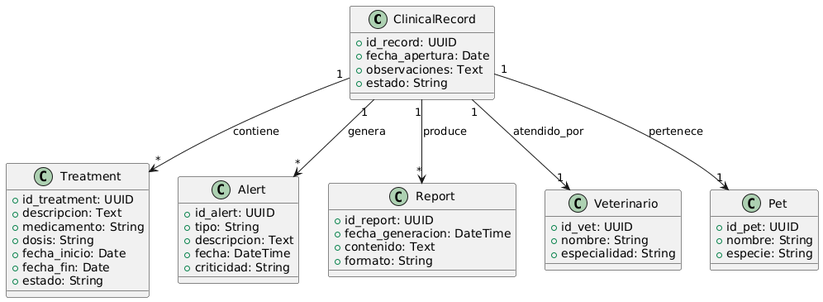
Above: Capitulo 4/BDRecordsClassDiagram.png in upc-pre-202520-1asi0572-3355-petlink/Report (PlantUML), before the change. Its diagram source:
```plantuml
@startuml
class ClinicalRecord {
  +id_record: UUID
  +fecha_apertura: Date
  +observaciones: Text
  +estado: String
}

class Treatment {
  +id_treatment: UUID
  +descripcion: Text
  +medicamento: String
  +dosis: String
  +fecha_inicio: Date
  +fecha_fin: Date
  +estado: String
}

class Alert {
  +id_alert: UUID
  +tipo: String
  +descripcion: Text
  +fecha: DateTime
  +criticidad: String
}

class Report {
  +id_report: UUID
  +fecha_generacion: DateTime
  +contenido: Text
  +formato: String
}

class Veterinario {
  +id_vet: UUID
  +nombre: String
  +especialidad: String
}

class Pet {
  +id_pet: UUID
  +nombre: String
  +especie: String
}

ClinicalRecord "1" --> "1" Pet : pertenece
ClinicalRecord "1" --> "1" Veterinario : atendido_por
ClinicalRecord "1" --> "*" Treatment : contiene
ClinicalRecord "1" --> "*" Alert : genera
ClinicalRecord "1" --> "*" Report : produce
@enduml
```
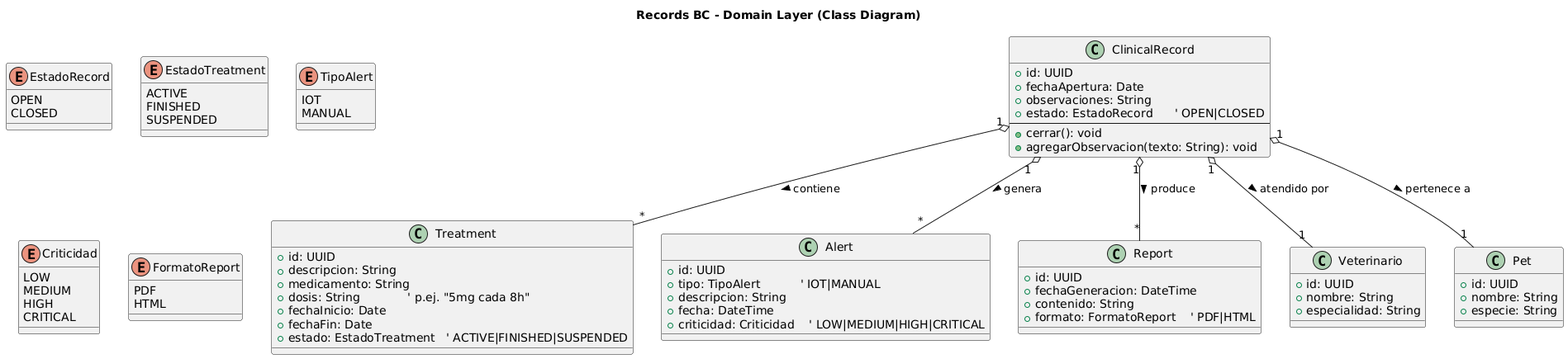
After the commit.

What changed in the source:
```diff
@@ -1,51 +1,84 @@
 @startuml
+title Records BC - Domain Layer (Class Diagram)
+
 class ClinicalRecord {
-  +id_record: UUID
-  +fecha_apertura: Date
-  +observaciones: Text
-  +estado: String
+  +id: UUID
+  +fechaApertura: Date
+  +observaciones: String
+  +estado: EstadoRecord      ' OPEN|CLOSED
+  --
+  +cerrar(): void
+  +agregarObservacion(texto: String): void
 }
 
 class Treatment {
-  +id_treatment: UUID
-  +descripcion: Text
+  +id: UUID
+  +descripcion: String
   +medicamento: String
-  +dosis: String
-  +fecha_inicio: Date
-  +fecha_fin: Date
-  +estado: String
+  +dosis: String             ' p.ej. "5mg cada 8h"
+  +fechaInicio: Date
+  +fechaFin: Date
+  +estado: EstadoTreatment   ' ACTIVE|FINISHED|SUSPENDED
 }
 
 class Alert {
-  +id_alert: UUID
-  +tipo: String
-  +descripcion: Text
+  +id: UUID
+  +tipo: TipoAlert           ' IOT|MANUAL
+  +descripcion: String
   +fecha: DateTime
-  +criticidad: String
+  +criticidad: Criticidad    ' LOW|MEDIUM|HIGH|CRITICAL
 }
 
 class Report {
-  +id_report: UUID
-  +fecha_generacion: DateTime
-  +contenido: Text
-  +formato: String
+  +id: UUID
+  +fechaGeneracion: DateTime
+  +contenido: String
+  +formato: FormatoReport    ' PDF|HTML
 }
 
 class Veterinario {
-  +id_vet: UUID
+  +id: UUID
   +nombre: String
   +especialidad: String
 }
 
 class Pet {
-  +id_pet: UUID
+  +id: UUID
   +nombre: String
   +especie: String
 }
 
-ClinicalRecord "1" --> "1" Pet : pertenece
-ClinicalRecord "1" --> "1" Veterinario : atendido_por
-ClinicalRecord "1" --> "*" Treatment : contiene
-ClinicalRecord "1" --> "*" Alert : genera
-ClinicalRecord "1" --> "*" Report : produce
+enum EstadoRecord {
+  OPEN
+  CLOSED
+}
+
+enum EstadoTreatment {
+  ACTIVE
+  FINISHED
+  SUSPENDED
+}
+
+enum TipoAlert {
+  IOT
+  MANUAL
+}
+
+enum Criticidad {
+  LOW
+  MEDIUM
+  HIGH
+  CRITICAL
+}
+
+enum FormatoReport {
+  PDF
+  HTML
+}
+
+ClinicalRecord "1" o-- "1" Pet : pertenece a >
+ClinicalRecord "1" o-- "1" Veterinario : atendido por >
+ClinicalRecord "1" o-- "*" Treatment : contiene >
+ClinicalRecord "1" o-- "*" Alert : genera >
+ClinicalRecord "1" o-- "*" Report : produce >
 @enduml
```
